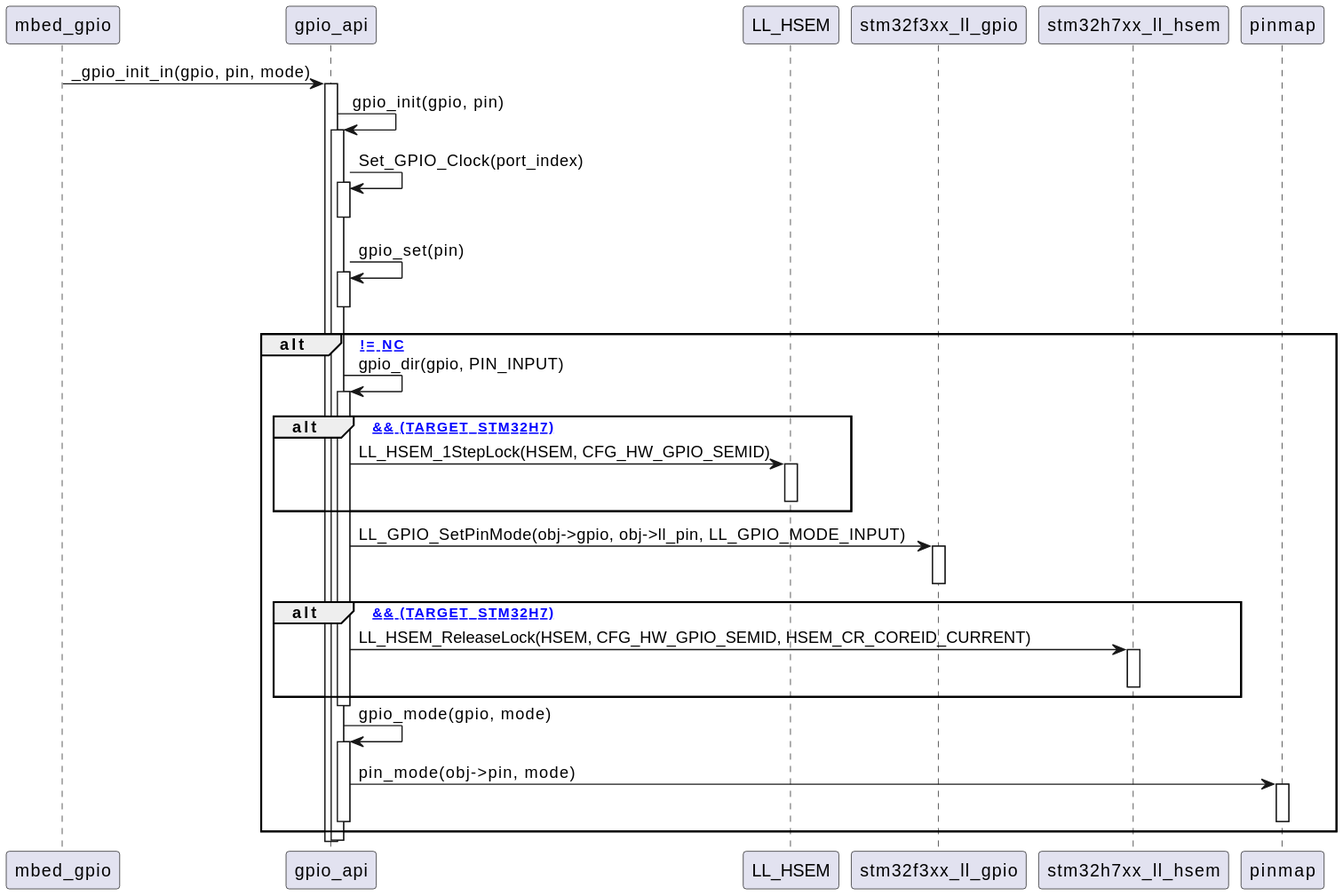
Before: ai-design/sequence/_gpio_init_in.svg, a diagram exported from PlantUML (Bhagyani08/test_project).
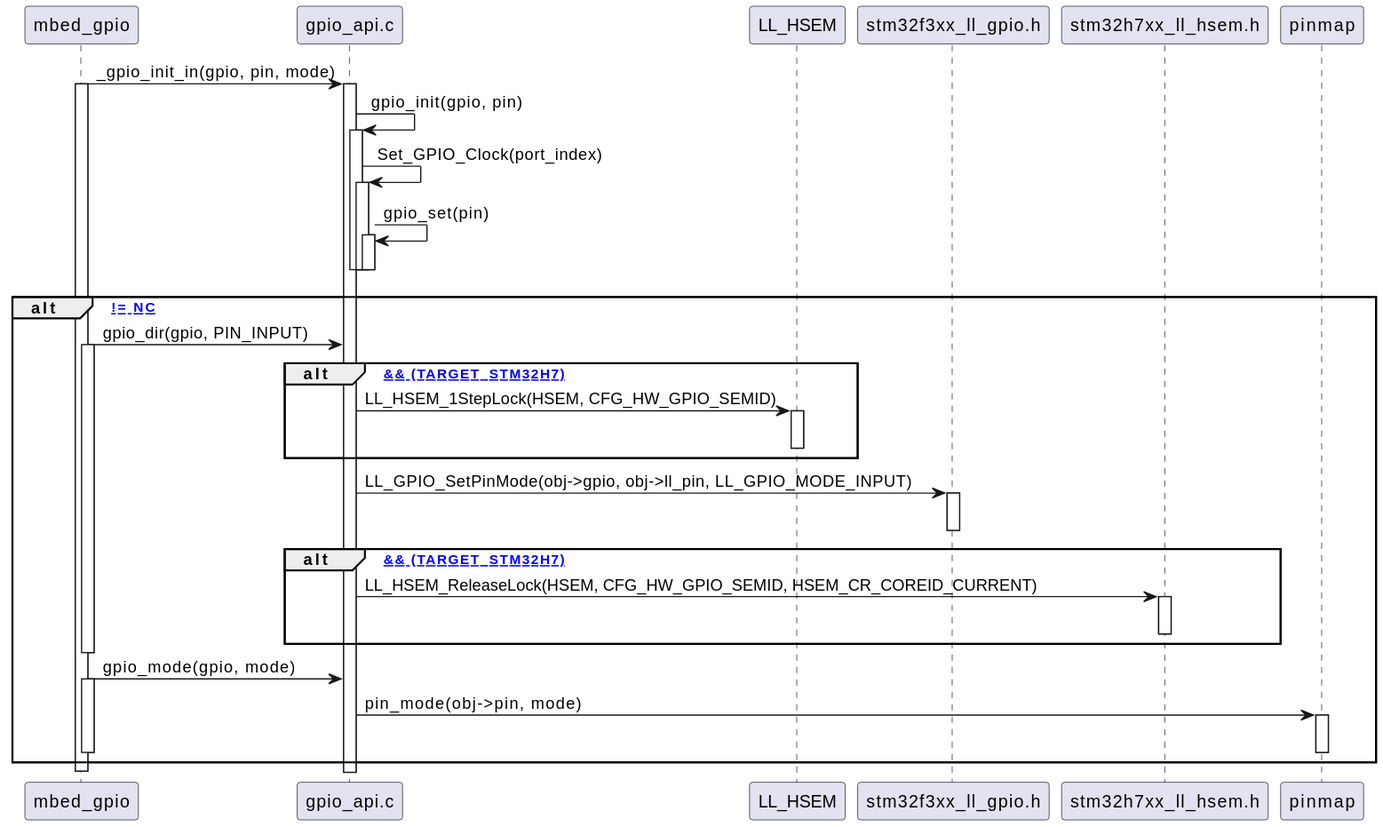
The same file after the commit.

Commit message:
Auto-update AI design diagrams

Diff of the diagram source:
```diff
@@ -1,45 +1,56 @@
 @startuml
 participant mbed_gpio
-participant gpio_api
+participant gpio_api as "gpio_api.c"
 participant LL_HSEM
-participant stm32f3xx_ll_gpio
-participant stm32h7xx_ll_hsem
+participant stm32f3xx_ll_gpio as "stm32f3xx_ll_gpio.h"
+participant stm32h7xx_ll_hsem as "stm32h7xx_ll_hsem.h"
 participant pinmap
 
 mbed_gpio -> gpio_api: _gpio_init_in(gpio, pin, mode)
+activate mbed_gpio
 activate gpio_api
-    gpio_api -> gpio_api: gpio_init(gpio, pin)
-    activate gpio_api
-        gpio_api -> gpio_api: Set_GPIO_Clock(port_index)
-        activate gpio_api
-            deactivate gpio_api
-        gpio_api -> gpio_api: gpio_set(pin)
-        activate gpio_api
-            deactivate gpio_api
+
+gpio_api -> gpio_api: gpio_init(gpio, pin)
+activate gpio_api
+
+gpio_api -> gpio_api: Set_GPIO_Clock(port_index)
+activate gpio_api
+
+gpio_api -> gpio_api: gpio_set(pin)
+activate gpio_api
+
+deactivate gpio_api
+deactivate gpio_api
+deactivate gpio_api
 alt [pin != NC]
-            gpio_api -> gpio_api: gpio_dir(gpio, PIN_INPUT)
-            activate gpio_api
+    mbed_gpio -> gpio_api: gpio_dir(gpio, PIN_INPUT)
+    activate mbed_gpio
 alt [defined(DUAL_CORE) && (TARGET_STM32H7)]
-                    gpio_api -> LL_HSEM: LL_HSEM_1StepLock(HSEM, CFG_HW_GPIO_SEMID)
-                    activate LL_HSEM
-                        deactivate LL_HSEM
-                end
-                gpio_api -> stm32f3xx_ll_gpio: LL_GPIO_SetPinMode(obj->gpio, obj->ll_pin, LL_GPIO_MODE_INPUT)
-                activate stm32f3xx_ll_gpio
-                    deactivate stm32f3xx_ll_gpio
+        gpio_api -> LL_HSEM: LL_HSEM_1StepLock(HSEM, CFG_HW_GPIO_SEMID)
+        activate LL_HSEM
+        deactivate LL_HSEM
+    end
+
+    gpio_api -> stm32f3xx_ll_gpio: LL_GPIO_SetPinMode(obj->gpio, obj->ll_pin, LL_GPIO_MODE_INPUT)
+    activate stm32f3xx_ll_gpio
+    deactivate stm32f3xx_ll_gpio
 alt [defined(DUAL_CORE) && (TARGET_STM32H7)]
-                    gpio_api -> stm32h7xx_ll_hsem: LL_HSEM_ReleaseLock(HSEM, CFG_HW_GPIO_SEMID, HSEM_CR_COREID_CURRENT)
-                    activate stm32h7xx_ll_hsem
-                        deactivate stm32h7xx_ll_hsem
-                end
-            deactivate gpio_api
-            gpio_api -> gpio_api: gpio_mode(gpio, mode)
-            activate gpio_api
-                gpio_api -> pinmap: pin_mode(obj->pin, mode)
-                activate pinmap
-                    deactivate pinmap
-            deactivate gpio_api
-        end
-    deactivate gpio_api
+        gpio_api -> stm32h7xx_ll_hsem: LL_HSEM_ReleaseLock(HSEM, CFG_HW_GPIO_SEMID, HSEM_CR_COREID_CURRENT)
+        activate stm32h7xx_ll_hsem
+        deactivate stm32h7xx_ll_hsem
+    end
+
+    deactivate mbed_gpio
+
+    mbed_gpio -> gpio_api: gpio_mode(gpio, mode)
+    activate mbed_gpio
+
+    gpio_api -> pinmap: pin_mode(obj->pin, mode)
+    activate pinmap
+    deactivate pinmap
+
+    deactivate mbed_gpio
+end
+
 deactivate mbed_gpio
 @enduml
```
